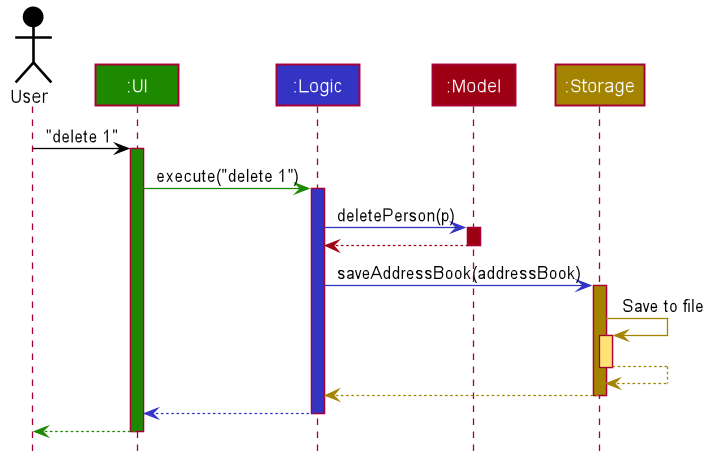
This is docs/images/ArchitectureSequenceDiagram.png from nus-cs2103-AY2122S1/tp, a PlantUML export, as it was before one commit.
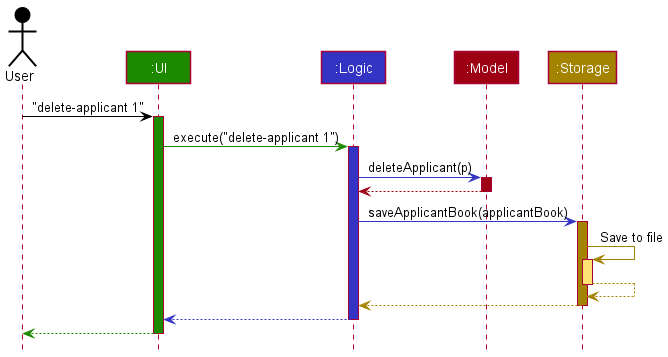
After the change.

Commit message:
Correct two plantuml diagrams to reflect the current state of the program.

The edit, as a diff of the source:
```diff
@@ -1,85 +1,38 @@
 @startuml
+!include style.puml
 
+Actor User as user USER_COLOR
+Participant ":UI" as ui UI_COLOR
+Participant ":Logic" as logic LOGIC_COLOR
+Participant ":Model" as model MODEL_COLOR
+Participant ":Storage" as storage STORAGE_COLOR
 
+user -[USER_COLOR]> ui : "delete-applicant 1"
+activate ui UI_COLOR
 
+ui -[UI_COLOR]> logic : execute("delete-applicant 1")
+activate logic LOGIC_COLOR
 
+logic -[LOGIC_COLOR]> model : deleteApplicant(p)
+activate model MODEL_COLOR
 
-
-
-
-skinparam BackgroundColor #FFFFFFF
-
-skinparam Shadowing false
-
-skinparam Class {
-    FontColor #FFFFFF
-    BorderThickness 1
-    BorderColor #FFFFFF
-    StereotypeFontColor #FFFFFF
-    FontName Arial
-}
-
-skinparam Actor {
-    BorderColor #000000
-    Color #000000
-    FontName Arial
-}
-
-skinparam Sequence {
-    MessageAlign center
-    BoxFontSize 15
-    BoxPadding 0
-    BoxFontColor #FFFFFF
-    FontName Arial
-}
-
-skinparam Participant {
-    FontColor #FFFFFFF
-    Padding 20
-}
-
-skinparam MinClassWidth 50
-skinparam ParticipantPadding 10
-skinparam Shadowing false
-skinparam DefaultTextAlignment center
-skinparam packageStyle Rectangle
-
-hide footbox
-hide members
-hide circle
-
-Actor User as user #000000
-Participant ":UI" as ui #1D8900
-Participant ":Logic" as logic #3333C4
-Participant ":Model" as model #9D0012
-Participant ":Storage" as storage #A38300
-
-user -[#000000]> ui : "delete 1"
-activate ui #1D8900
-
-ui -[#1D8900]> logic : execute("delete 1")
-activate logic #3333C4
-
-logic -[#3333C4]> model : deletePerson(p)
-activate model #9D0012
-
-model -[#9D0012]-> logic
+model -[MODEL_COLOR]-> logic
 deactivate model
 
-logic -[#3333C4]> storage : saveAddressBook(addressBook)
-activate storage #A38300
+logic -[LOGIC_COLOR]> storage : saveApplicantBook(applicantBook)
+activate storage STORAGE_COLOR
 
-storage -[#A38300]> storage : Save to file
-activate storage #FFE374
-storage --[#A38300]> storage
+storage -[STORAGE_COLOR]> storage : Save to file
+activate storage STORAGE_COLOR_T1
+storage --[STORAGE_COLOR]> storage
 deactivate storage
 
-storage --[#A38300]> logic
+storage --[STORAGE_COLOR]> logic
 deactivate storage
 
-logic --[#3333C4]> ui
+logic --[LOGIC_COLOR]> ui
 deactivate logic
 
-ui--[#1D8900]> user
+ui--[UI_COLOR]> user
 deactivate ui
 @enduml
```
